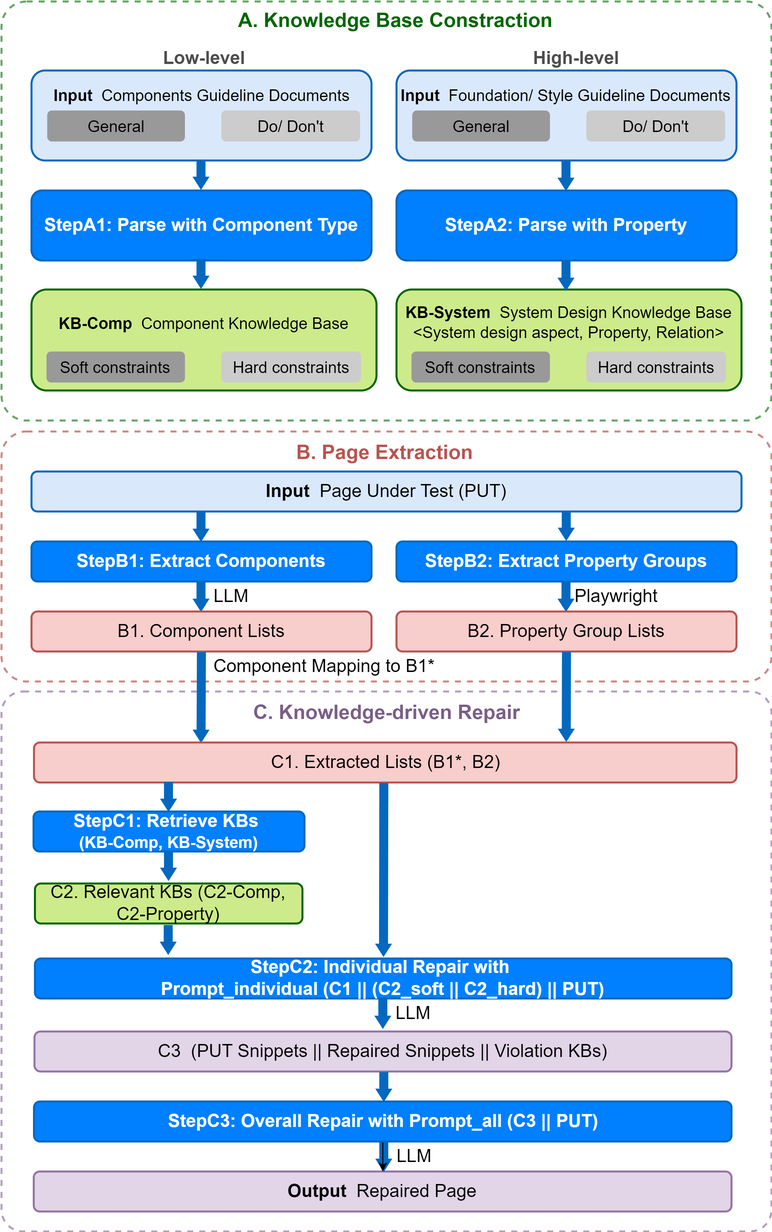
The draw.io diagram image/overview.png in UGAIForge/DesignRepair, before a commit. Source tidied: cells renumbered, new cells last; positions are measured from the earlier drawing's top-left corner, leaving out a move shared by most shapes.
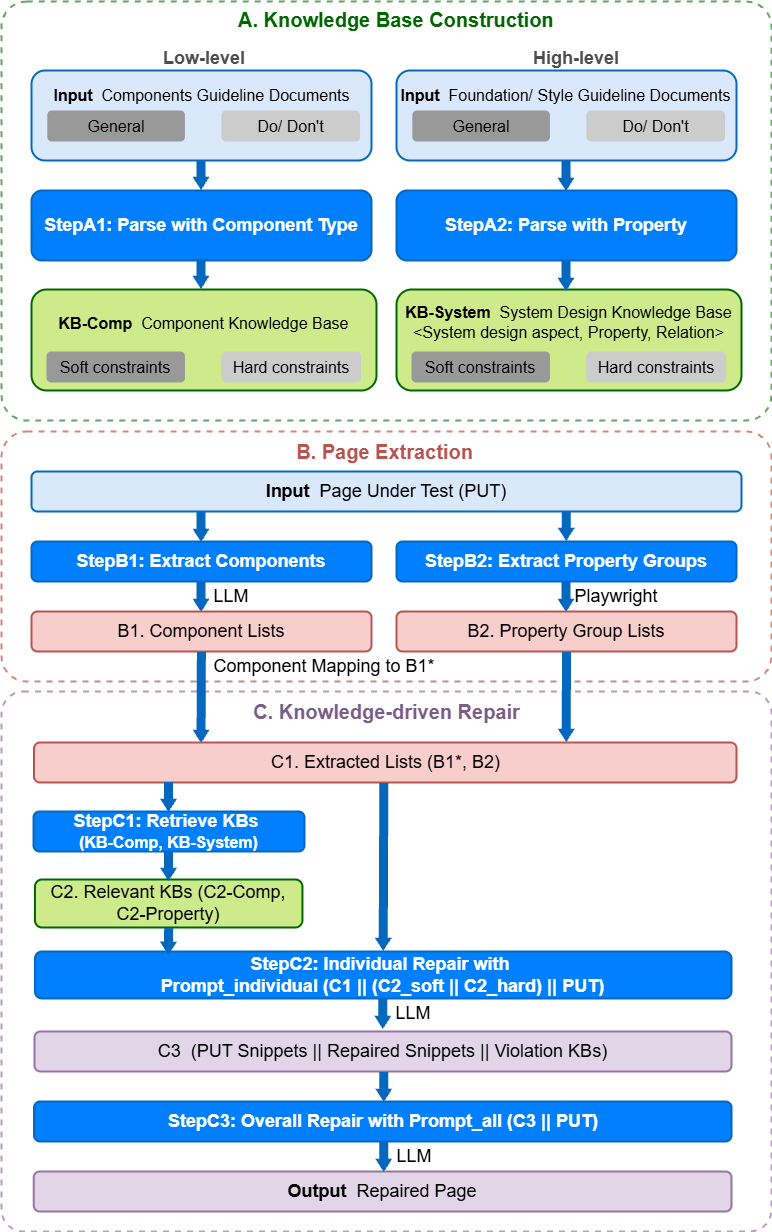
Above is the later version.

What changed in the source:
```diff
@@ -17,7 +17,7 @@
     <mxCell id="6" value="&lt;font style=&quot;font-size: 16px;&quot;&gt;&lt;font style=&quot;&quot;&gt;&lt;b style=&quot;&quot;&gt;KB-System&amp;nbsp;&amp;nbsp;&lt;/b&gt;&lt;/font&gt;&lt;font style=&quot;background-color: initial;&quot;&gt;System Design&amp;nbsp;&lt;/font&gt;&lt;span style=&quot;background-color: initial;&quot;&gt;Knowledge Base&lt;/span&gt;&lt;/font&gt;&lt;div&gt;&lt;span style=&quot;background-color: initial;&quot;&gt;&lt;font size=&quot;3&quot;&gt;&amp;lt;System design aspect, Property, Relation&amp;gt;&lt;/font&gt;&lt;/span&gt;&lt;/div&gt;&lt;div&gt;&lt;span style=&quot;background-color: initial;&quot;&gt;&lt;font size=&quot;3&quot;&gt;&lt;br&gt;&lt;/font&gt;&lt;/span&gt;&lt;/div&gt;&lt;div&gt;&lt;span style=&quot;font-size: 14px; background-color: initial;&quot;&gt;&lt;br&gt;&lt;/span&gt;&lt;/div&gt;" style="rounded=1;whiteSpace=wrap;html=1;strokeColor=#006600;fillColor=#cdeb8b;strokeWidth=2;" parent="1" vertex="1">
       <mxGeometry x="395" y="288" width="345" height="101" as="geometry" />
     </mxCell>
-    <mxCell id="7" value="&lt;b style=&quot;font-family: Helvetica; font-style: normal; font-variant-ligatures: normal; font-variant-caps: normal; letter-spacing: normal; orphans: 2; text-align: center; text-indent: 0px; text-transform: none; widows: 2; word-spacing: 0px; -webkit-text-stroke-width: 0px; white-space: nowrap; text-decoration-thickness: initial; text-decoration-style: initial; text-decoration-color: initial;&quot;&gt;&lt;font color=&quot;#006600&quot; style=&quot;font-size: 20px;&quot;&gt;A. Knowledge Base Constraction&lt;/font&gt;&lt;/b&gt;" style="text;whiteSpace=wrap;html=1;" parent="1" vertex="1">
+    <mxCell id="7" value="&lt;b style=&quot;font-family: Helvetica; font-style: normal; font-variant-ligatures: normal; font-variant-caps: normal; letter-spacing: normal; orphans: 2; text-align: center; text-indent: 0px; text-transform: none; widows: 2; word-spacing: 0px; -webkit-text-stroke-width: 0px; white-space: nowrap; text-decoration-thickness: initial; text-decoration-style: initial; text-decoration-color: initial;&quot;&gt;&lt;font color=&quot;#006600&quot; style=&quot;font-size: 20px;&quot;&gt;A. Knowledge Base Construction&lt;/font&gt;&lt;/b&gt;" style="text;whiteSpace=wrap;html=1;" parent="1" vertex="1">
       <mxGeometry x="235" width="290" height="40" as="geometry" />
     </mxCell>
     <mxCell id="8" value="&lt;b style=&quot;font-family: Helvetica; font-style: normal; font-variant-ligatures: normal; font-variant-caps: normal; letter-spacing: normal; orphans: 2; text-align: center; text-indent: 0px; text-transform: none; widows: 2; word-spacing: 0px; -webkit-text-stroke-width: 0px; white-space: nowrap; text-decoration-thickness: initial; text-decoration-style: initial; text-decoration-color: initial;&quot;&gt;&lt;font color=&quot;#4d4d4d&quot; style=&quot;font-size: 18px;&quot;&gt;High-level&amp;nbsp;&lt;/font&gt;&lt;/b&gt;" style="text;whiteSpace=wrap;html=1;" parent="1" vertex="1">
@@ -160,12 +160,11 @@
       <mxGeometry x="32.5" y="741" width="702.5" height="40" as="geometry" />
     </mxCell>
     <mxCell id="45" value="&lt;font style=&quot;font-size: 18px;&quot;&gt;C2. Relevant KBs (C2-Comp, C2-Property)&lt;/font&gt;" style="rounded=1;whiteSpace=wrap;html=1;strokeColor=#006600;fillColor=#cdeb8b;strokeWidth=2;" parent="1" vertex="1">
-      <mxGeometry x="33.4" y="882" width="267.5" height="40" as="geometry" />
+      <mxGeometry x="33.4" y="878" width="267.5" height="48" as="geometry" />
     </mxCell>
-    <mxCell id="46" style="shape=flexArrow;endArrow=classic;html=1;rounded=0;strokeColor=none;fillColor=#0468bf;endWidth=7;endSize=4.11;width=9;" parent="1" edge="1">
+    <mxCell id="46" style="shape=flexArrow;endArrow=classic;html=1;rounded=0;strokeColor=none;fillColor=#0468bf;endWidth=7;endSize=4.11;width=9;entryX=0.5;entryY=0;entryDx=0;entryDy=0;" parent="1" edge="1" target="53">
       <mxGeometry relative="1" as="geometry">
         <mxPoint x="382.3" y="781" as="sourcePoint" />
-        <mxPoint x="382" y="956" as="targetPoint" />
       </mxGeometry>
     </mxCell>
     <mxCell id="47" value="&lt;font style=&quot;font-size: 18px;&quot;&gt;C3&amp;nbsp; (PUT Snippets ||&amp;nbsp;Repaired Snippets || Violation KBs)&lt;/font&gt;" style="rounded=1;whiteSpace=wrap;html=1;strokeColor=#9673A6;fillColor=#e1d5e7;strokeWidth=2;" parent="1" vertex="1">
@@ -196,11 +195,10 @@
       </mxGeometry>
     </mxCell>
     <mxCell id="53" value="&lt;font style=&quot;font-size: 18px;&quot;&gt;&lt;b style=&quot;color: rgb(255, 255, 255);&quot;&gt;StepC2: Individual&lt;/b&gt;&lt;b style=&quot;color: rgb(255, 255, 255);&quot;&gt;&amp;nbsp;Repair with&lt;/b&gt;&lt;b style=&quot;color: rgb(255, 255, 255);&quot;&gt;&amp;nbsp;&lt;/b&gt;&lt;/font&gt;&lt;div&gt;&lt;font style=&quot;font-size: 18px;&quot;&gt;&lt;b style=&quot;color: rgb(255, 255, 255);&quot;&gt;Prompt_individual (C1 || (C2_soft || C2_hard) || PUT)&lt;/b&gt;&lt;/font&gt;&lt;/div&gt;" style="rounded=1;whiteSpace=wrap;html=1;strokeColor=#0468bf;fillColor=#007fff;strokeWidth=2;" parent="1" vertex="1">
-      <mxGeometry x="33.4" y="957" width="696.6" height="40" as="geometry" />
+      <mxGeometry x="33.4" y="950" width="696.6" height="47" as="geometry" />
     </mxCell>
-    <mxCell id="54" style="shape=flexArrow;endArrow=classic;html=1;rounded=0;strokeColor=none;fillColor=#0468bf;endWidth=7;endSize=4.11;width=9;" parent="1" edge="1">
+    <mxCell id="54" style="shape=flexArrow;endArrow=classic;html=1;rounded=0;strokeColor=none;fillColor=#0468bf;endWidth=7;endSize=4.11;width=9;exitX=0.5;exitY=1;exitDx=0;exitDy=0;" parent="1" edge="1" source="45">
       <mxGeometry relative="1" as="geometry">
-        <mxPoint x="166.7" y="923" as="sourcePoint" />
         <mxPoint x="166.7" y="954" as="targetPoint" />
       </mxGeometry>
     </mxCell>
@@ -213,20 +211,17 @@
     <mxCell id="56" value="&lt;font style=&quot;font-size: 18px;&quot;&gt;LLM&lt;/font&gt;" style="text;html=1;align=center;verticalAlign=middle;whiteSpace=wrap;rounded=0;" parent="1" vertex="1">
       <mxGeometry x="383.2" y="1140" width="60" height="30" as="geometry" />
     </mxCell>
-    <mxCell id="57" style="edgeStyle=orthogonalEdgeStyle;rounded=0;jettySize=auto;html=1;" parent="1" edge="1" source="58" target="43">
-      <mxGeometry relative="1" as="geometry" />
+    <mxCell id="57" value="&lt;b style=&quot;color: rgb(255, 255, 255);&quot;&gt;&lt;font style=&quot;font-size: 18px;&quot;&gt;StepC3: Overall Repair with Prompt_all (C3 || PUT)&lt;/font&gt;&lt;/b&gt;" style="rounded=1;whiteSpace=wrap;html=1;strokeColor=#0468bf;fillColor=#007fff;strokeWidth=2;" parent="1" vertex="1">
+      <mxGeometry x="32.5" y="1100" width="697.5" height="40" as="geometry" />
     </mxCell>
-    <mxCell id="58" value="&lt;b style=&quot;color: rgb(255, 255, 255);&quot;&gt;&lt;font style=&quot;font-size: 18px;&quot;&gt;StepC3: Overall Repair with Prompt_all (C3 || PUT)&lt;/font&gt;&lt;/b&gt;" style="rounded=1;whiteSpace=wrap;html=1;strokeColor=#0468bf;fillColor=#007fff;strokeWidth=2;" parent="1" vertex="1">
-      <mxGeometry x="32.5" y="1100" width="697.5" height="40" as="geometry" />
+    <mxCell id="58" style="shape=flexArrow;endArrow=classic;html=1;rounded=0;strokeColor=none;fillColor=#0468bf;endWidth=7;endSize=4.11;width=9;" parent="1" edge="1">
+      <mxGeometry relative="1" as="geometry">
+        <mxPoint x="382.3" y="1070" as="sourcePoint" />
+        <mxPoint x="382.3" y="1101" as="targetPoint" />
+      </mxGeometry>
     </mxCell>
-    <mxCell id="59" style="shape=flexArrow;endArrow=classic;html=1;rounded=0;strokeColor=none;fillColor=#0468bf;endWidth=7;endSize=4.11;width=9;" parent="1" edge="1">
-      <mxGeometry relative="1" as="geometry">
-        <mxPoint x="382.3" y="1070" as="sourcePoint" />
-        <mxPoint x="382.3" y="1101" as="targetPoint" />
-      </mxGeometry>
+    <mxCell id="59" value="&lt;font style=&quot;font-size: 18px;&quot;&gt;Component Mapping to B1*&lt;/font&gt;" style="text;html=1;align=center;verticalAlign=middle;whiteSpace=wrap;rounded=0;" parent="1" vertex="1">
+      <mxGeometry x="208.3" y="650" width="230" height="30" as="geometry" />
     </mxCell>
-    <mxCell id="60" value="&lt;font style=&quot;font-size: 18px;&quot;&gt;Component Mapping to B1*&lt;/font&gt;" style="text;html=1;align=center;verticalAlign=middle;whiteSpace=wrap;rounded=0;" parent="1" vertex="1">
-      <mxGeometry x="208.3" y="650" width="230" height="30" as="geometry" />
-    </mxCell>
   </root>
 </mxGraphModel>
```
